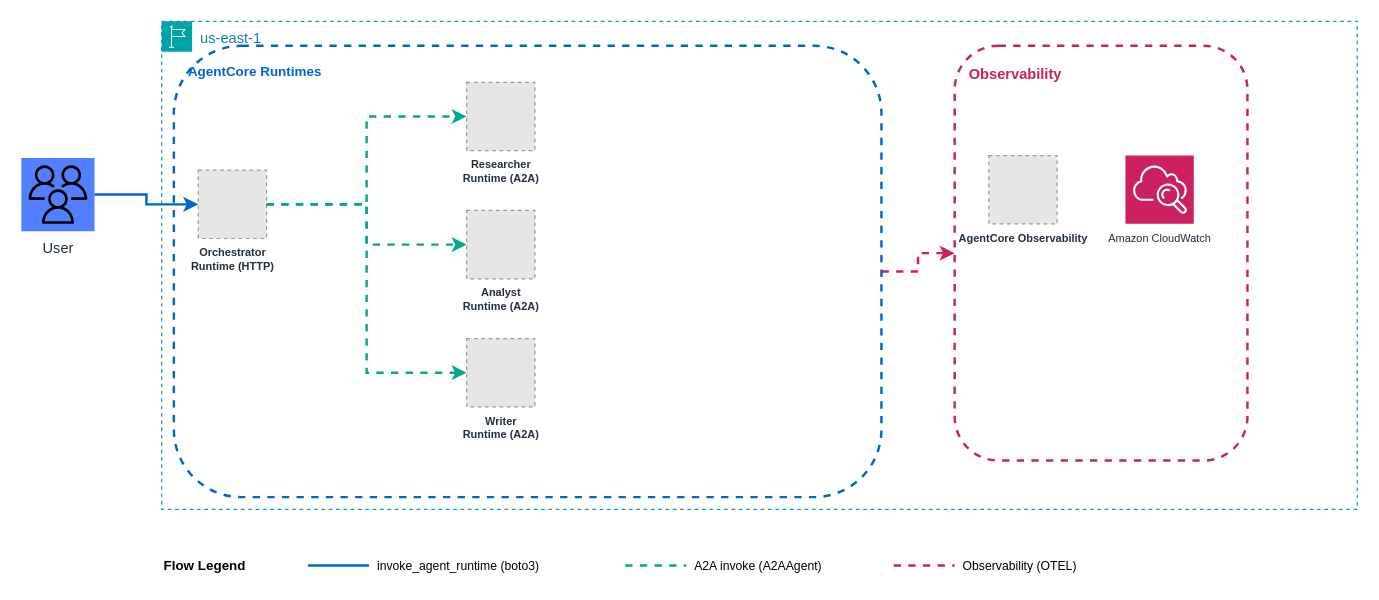
Before: samples/06-dynamic-swarm/production/architecture.drawio in aws-samples/sample-multi-agent-systems-with-strands-workshop, a draw.io diagram. Source tidied: cells renumbered, new cells numbered last; positions are measured from the earlier drawing's top-left corner, leaving out a move shared by most shapes. Both pictures are drawn from the tidied source at 122%, with x=0, y=0 at pixel (21, 21). Pictures stored in the file or linked from it are replaced by grey dashed boxes.
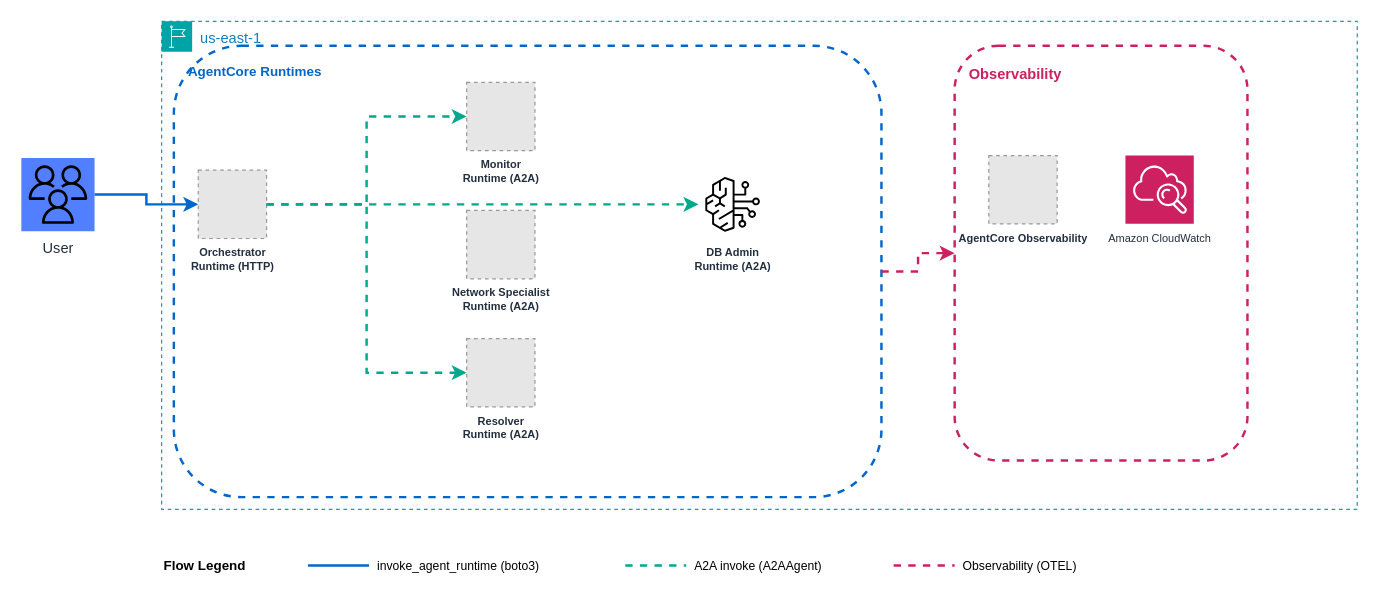
The same page after the edit.

Unchanged cells that the change refers to:
```xml
<mxCell id="3" value="us-east-1" style="gradientColor=none;html=1;whiteSpace=wrap;fontSize=12;fontStyle=0;shape=mxgraph.aws4.group;grIcon=mxgraph.aws4.group_region;strokeColor=#00A4A6;fillColor=none;verticalAlign=top;align=left;spacingLeft=30;fontColor=#147EBA;dashed=1;" parent="1" vertex="1">
  <mxGeometry x="115" width="980" height="400" as="geometry" />
</mxCell>
<mxCell id="5" value="Orchestrator&lt;div&gt;Runtime (HTTP)&lt;/div&gt;" style="fillColor=#E6E6E6;strokeColor=#999999;dashed=1;html=1;verticalLabelPosition=bottom;labelBackgroundColor=none;verticalAlign=top;fontSize=9;fontStyle=1;fontColor=#232F3E;" parent="3" vertex="1">
  <mxGeometry x="30" y="122" width="56" height="56" as="geometry" />
</mxCell>
```

What changed in the source:
```diff
@@
+    <mxCell id="24" value="Monitor&lt;div&gt;Runtime (A2A)&lt;/div&gt;" style="fillColor=#E6E6E6;strokeColor=#999999;dashed=1;html=1;verticalLabelPosition=bottom;labelBackgroundColor=none;verticalAlign=top;fontSize=9;fontStyle=1;fontColor=#232F3E;" parent="3" vertex="1">
+      <mxGeometry x="250" y="50" width="56" height="56" as="geometry" />
+    </mxCell>
+    <mxCell id="25" value="Network Specialist&lt;div&gt;Runtime (A2A)&lt;/div&gt;" style="fillColor=#E6E6E6;strokeColor=#999999;dashed=1;html=1;verticalLabelPosition=bottom;labelBackgroundColor=none;verticalAlign=top;fontSize=9;fontStyle=1;fontColor=#232F3E;" parent="3" vertex="1">
+      <mxGeometry x="250" y="155" width="56" height="56" as="geometry" />
+    </mxCell>
-    <mxCell id="6" value="Researcher&lt;div&gt;Runtime (A2A)&lt;/div&gt;" style="fillColor=#E6E6E6;strokeColor=#999999;dashed=1;html=1;verticalLabelPosition=bottom;labelBackgroundColor=none;verticalAlign=top;fontSize=9;fontStyle=1;fontColor=#232F3E;" parent="3" vertex="1">
-      <mxGeometry x="250" y="50" width="56" height="56" as="geometry" />
+    <mxCell id="6" value="Resolver&lt;div&gt;Runtime (A2A)&lt;/div&gt;" style="fillColor=#E6E6E6;strokeColor=#999999;dashed=1;html=1;verticalLabelPosition=bottom;labelBackgroundColor=none;verticalAlign=top;fontSize=9;fontStyle=1;fontColor=#232F3E;" parent="3" vertex="1">
+      <mxGeometry x="250" y="260" width="56" height="56" as="geometry" />
     </mxCell>
-    <mxCell id="7" value="Analyst&lt;div&gt;Runtime (A2A)&lt;/div&gt;" style="fillColor=#E6E6E6;strokeColor=#999999;dashed=1;html=1;verticalLabelPosition=bottom;labelBackgroundColor=none;verticalAlign=top;fontSize=9;fontStyle=1;fontColor=#232F3E;" parent="3" vertex="1">
-      <mxGeometry x="250" y="155" width="56" height="56" as="geometry" />
-    </mxCell>
-    <mxCell id="8" value="Writer&lt;div&gt;Runtime (A2A)&lt;/div&gt;" style="fillColor=#E6E6E6;strokeColor=#999999;dashed=1;html=1;verticalLabelPosition=bottom;labelBackgroundColor=none;verticalAlign=top;fontSize=9;fontStyle=1;fontColor=#232F3E;" parent="3" vertex="1">
-      <mxGeometry x="250" y="260" width="56" height="56" as="geometry" />
-    </mxCell>
@@
-    <mxCell id="13" style="edgeStyle=orthogonalEdgeStyle;rounded=0;jettySize=auto;html=1;strokeColor=#01A88D;strokeWidth=2;flowAnimation=1;dashed=1;exitX=1;exitY=0.5;exitDx=0;exitDy=0;entryX=0;entryY=0.5;entryDx=0;entryDy=0;" parent="3" edge="1" source="5" target="6">
+    <mxCell id="13" style="edgeStyle=orthogonalEdgeStyle;rounded=0;jettySize=auto;html=1;strokeColor=#01A88D;strokeWidth=2;flowAnimation=1;dashed=1;exitX=1;exitY=0.5;exitDx=0;exitDy=0;entryX=0;entryY=0.5;entryDx=0;entryDy=0;" parent="3" edge="1" source="5" target="24">
       <mxGeometry relative="1" as="geometry" />
     </mxCell>
-    <mxCell id="14" style="edgeStyle=orthogonalEdgeStyle;rounded=0;jettySize=auto;html=1;strokeColor=#01A88D;strokeWidth=2;flowAnimation=1;dashed=1;exitX=1;exitY=0.5;exitDx=0;exitDy=0;entryX=0;entryY=0.5;entryDx=0;entryDy=0;" parent="3" edge="1" source="5" target="7">
+    <mxCell id="14" style="edgeStyle=orthogonalEdgeStyle;rounded=0;jettySize=auto;html=1;strokeColor=#01A88D;strokeWidth=2;flowAnimation=1;dashed=1;exitX=1;exitY=0.5;exitDx=0;exitDy=0;entryX=0;entryY=0.5;entryDx=0;entryDy=0;" parent="3" edge="1" source="5">
       <mxGeometry relative="1" as="geometry" />
     </mxCell>
-    <mxCell id="15" style="edgeStyle=orthogonalEdgeStyle;rounded=0;jettySize=auto;html=1;strokeColor=#01A88D;strokeWidth=2;flowAnimation=1;dashed=1;exitX=1;exitY=0.5;exitDx=0;exitDy=0;entryX=0;entryY=0.5;entryDx=0;entryDy=0;" parent="3" edge="1" source="5" target="8">
+    <mxCell id="15" style="edgeStyle=orthogonalEdgeStyle;rounded=0;jettySize=auto;html=1;strokeColor=#01A88D;strokeWidth=2;flowAnimation=1;dashed=1;exitX=1;exitY=0.5;exitDx=0;exitDy=0;entryX=0;entryY=0.5;entryDx=0;entryDy=0;" parent="3" edge="1" source="5" target="6">
       <mxGeometry relative="1" as="geometry" />
     </mxCell>
@@
+    <mxCell id="26" value="DB Admin&lt;div&gt;Runtime (A2A)&lt;/div&gt;" style="sketch=0;html=1;verticalLabelPosition=bottom;labelBackgroundColor=none;verticalAlign=top;imageAspect=0;fontSize=9;fontStyle=1;fontColor=#232F3E;shape=mxgraph.aws4.resourceIcon;resIcon=mxgraph.aws4.bedrock;" parent="3" vertex="1">
+      <mxGeometry x="440" y="122" width="56" height="56" as="geometry" />
+    </mxCell>
+    <mxCell id="27" style="edgeStyle=orthogonalEdgeStyle;rounded=0;jettySize=auto;html=1;strokeColor=#01A88D;strokeWidth=2;flowAnimation=1;dashed=1;" parent="3" edge="1" source="5" target="26">
+      <mxGeometry relative="1" as="geometry" />
+    </mxCell>
```
